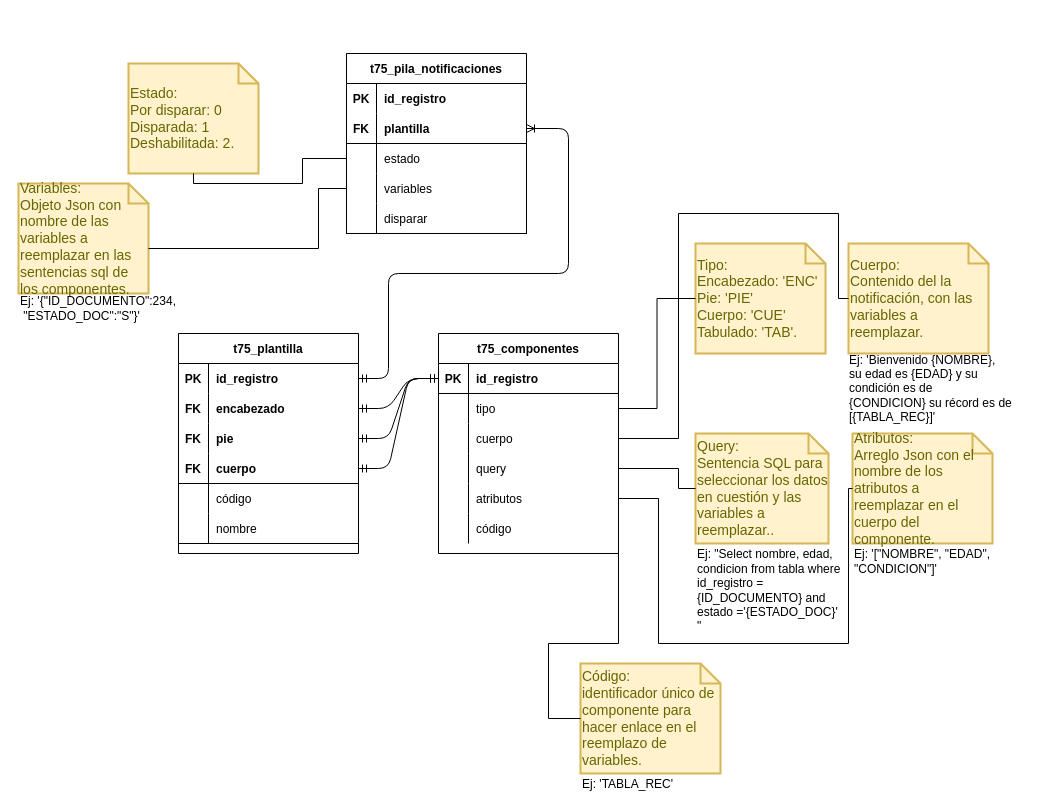
The draw.io diagram notificaciones_email.drawio in NeroAlfonso/draw_docs, before the edit. Source tidied: cells renumbered, new cells numbered last; positions are measured from the earlier drawing's top-left corner, leaving out a move shared by most shapes. Both pictures are drawn from the tidied source at 100%, with x=0, y=0 at pixel (18, 53).
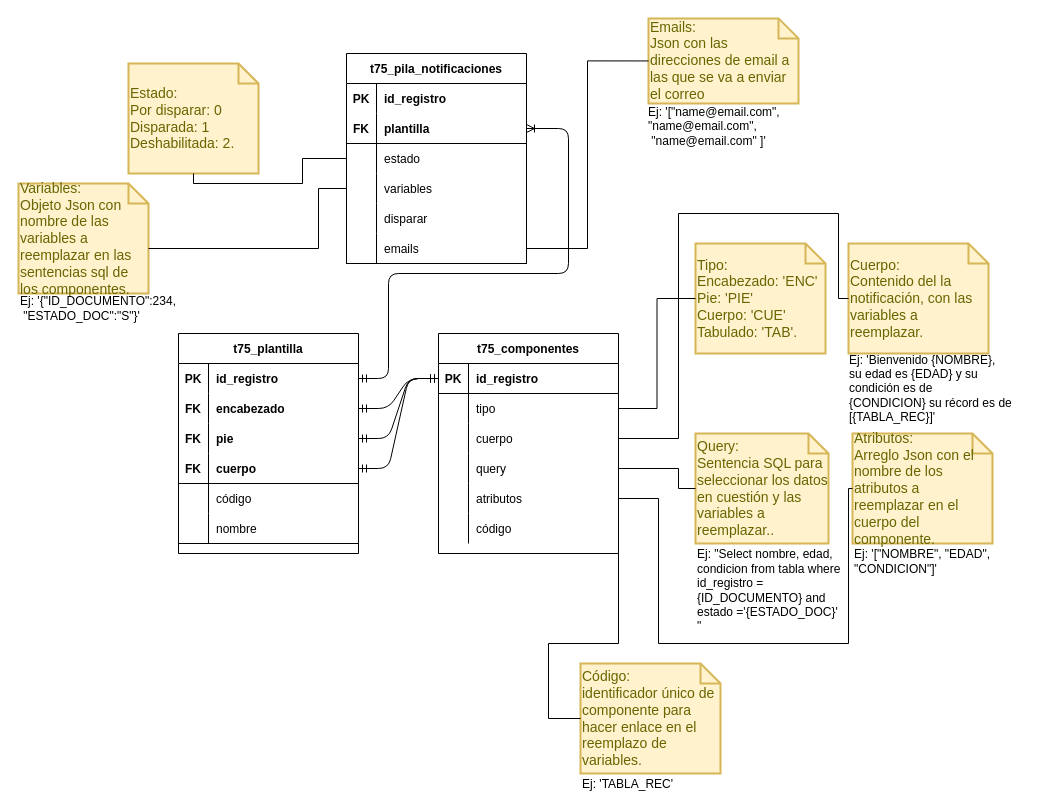
The same page after the edit.

The change refers to these unchanged cells:
```xml
<mxCell id="68" style="shape=partialRectangle;fillColor=none;top=0;left=0;bottom=0;right=0;" parent="55" vertex="1">
  <mxGeometry y="150" width="180" height="30" as="geometry" />
</mxCell>
```

Diff of the diagram source:
```diff
@@
     <mxCell id="55" value="t75_pila_notificaciones" style="shape=table;startSize=30;childLayout=tableLayout;rowLines=0;fontStyle=1;align=center;" parent="1" vertex="1">
-      <mxGeometry x="328" width="180" height="180" as="geometry" />
+      <mxGeometry x="328" width="180" height="210" as="geometry" />
     </mxCell>
@@
-    <mxCell id="69" style="shape=partialRectangle;fillColor=none;top=0;left=0;bottom=1;right=0;fontStyle=1;overflow=hidden;" parent="68" vertex="1">
+    <mxCell id="69" style="shape=partialRectangle;fillColor=none;top=0;left=0;bottom=0;right=0;fontStyle=1;overflow=hidden;" parent="68" vertex="1">
       <mxGeometry width="30" height="30" as="geometry" />
     </mxCell>
-    <mxCell id="70" value="disparar" style="shape=partialRectangle;fillColor=none;top=0;left=0;bottom=1;right=0;align=left;spacingLeft=6;fontStyle=0;overflow=hidden;" parent="68" vertex="1">
+    <mxCell id="70" value="disparar" style="shape=partialRectangle;fillColor=none;top=0;left=0;bottom=0;right=0;align=left;spacingLeft=6;fontStyle=0;overflow=hidden;" parent="68" vertex="1">
       <mxGeometry x="30" width="150" height="30" as="geometry" />
     </mxCell>
+    <mxCell id="79" style="shape=partialRectangle;fillColor=none;top=0;left=0;bottom=0;right=0;points=[[0,0.5],[1,0.5]];portConstraint=eastwest;" parent="55" vertex="1">
+      <mxGeometry y="180" width="180" height="30" as="geometry" />
+    </mxCell>
+    <mxCell id="80" style="shape=partialRectangle;fillColor=none;top=0;left=0;bottom=1;right=0;fontStyle=1;overflow=hidden;" parent="79" vertex="1">
+      <mxGeometry width="30" height="30" as="geometry" />
+    </mxCell>
+    <mxCell id="81" value="emails" style="shape=partialRectangle;fillColor=none;top=0;left=0;bottom=1;right=0;align=left;spacingLeft=6;fontStyle=0;overflow=hidden;" parent="79" vertex="1">
+      <mxGeometry x="30" width="150" height="30" as="geometry" />
+    </mxCell>
@@
+    <mxCell id="82" value="Emails:&lt;br&gt;Json con las direcciones de email a las que se va a enviar el correo" style="shape=note;strokeWidth=2;fontSize=14;size=20;whiteSpace=wrap;html=1;fillColor=#fff2cc;strokeColor=#d6b656;fontColor=#666600;align=left;" parent="1" vertex="1">
+      <mxGeometry x="630" y="-35.1" width="150" height="85.1" as="geometry" />
+    </mxCell>
+    <mxCell id="83" style="endArrow=none;html=1;rounded=0;entryX=0;entryY=0.5;entryDx=0;entryDy=0;entryPerimeter=0;exitX=1;exitY=0.5;exitDx=0;exitDy=0;edgeStyle=orthogonalEdgeStyle;" parent="1" edge="1" source="79" target="82">
+      <mxGeometry relative="1" as="geometry" />
+    </mxCell>
+    <mxCell id="84" value="Ej: '[&quot;name@email.com&quot;, &lt;br&gt;&quot;name@email.com&quot;,&lt;br&gt;&amp;nbsp;&quot;name@email.com&quot;&amp;nbsp;]'" style="text;html=1;align=left;verticalAlign=middle;" parent="1" vertex="1">
+      <mxGeometry x="628" y="48" width="150" height="50" as="geometry" />
+    </mxCell>
```
